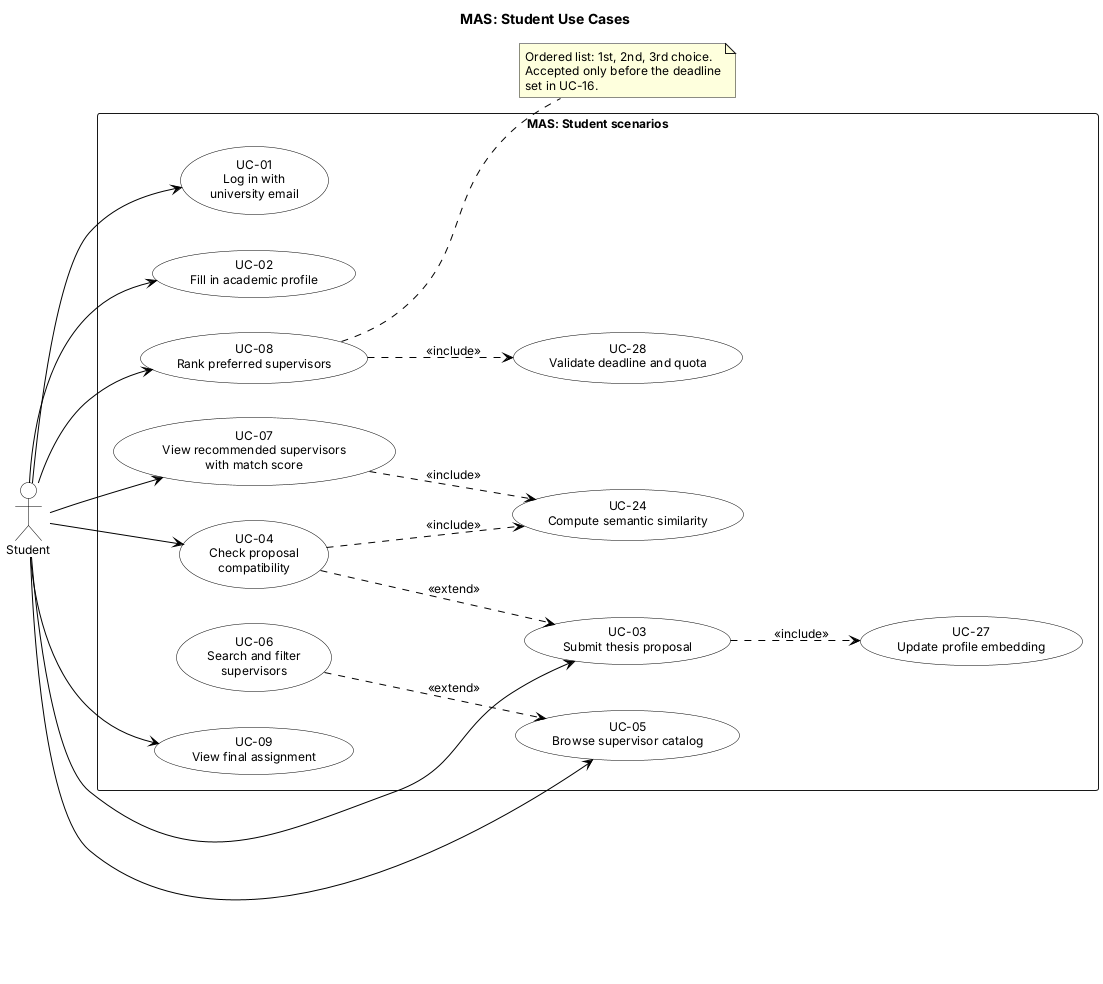
The PlantUML diagram diagrams/exports/use-case-student.png in Diasb4/Diploma, before a commit.
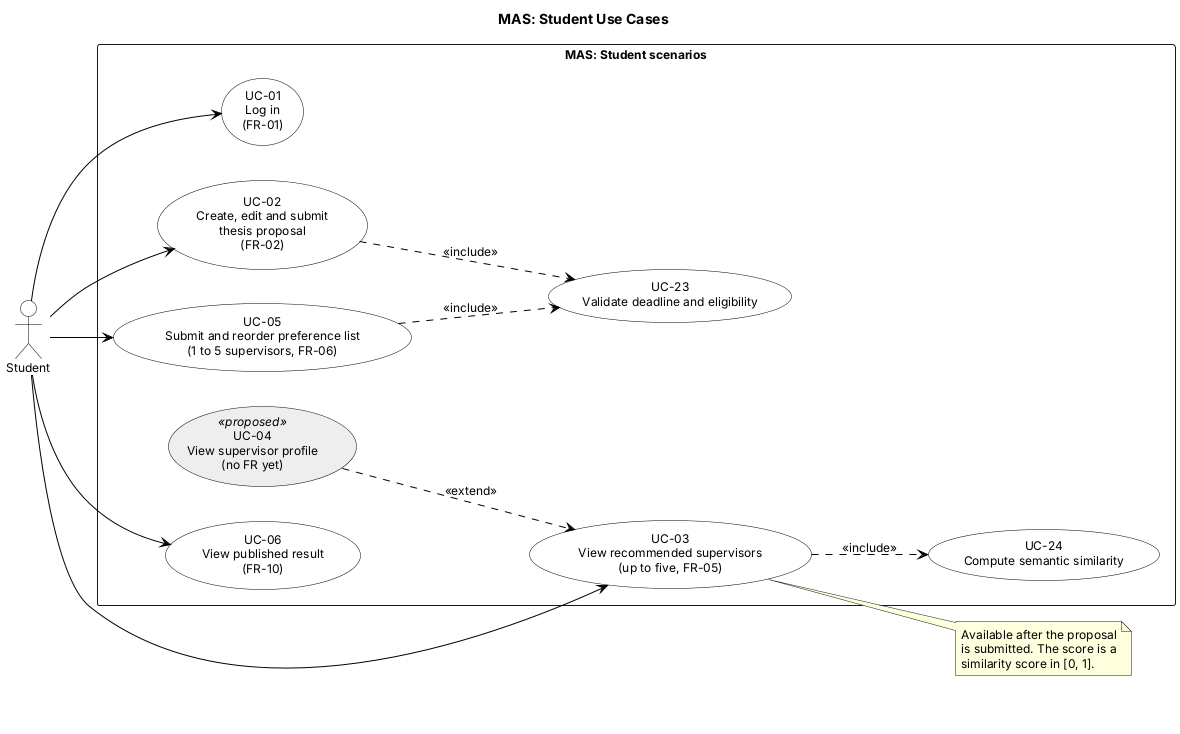
Later version of the same file.

Commit message:
MAS-13: Align use case diagrams with the requirements draft

What changed in the source:
```diff
@@ -9,6 +9,7 @@
 skinparam usecase {
   BackgroundColor White
   BorderColor Black
+  BackgroundColor<<proposed>> #EEEEEE
 }
 skinparam actor {
   BackgroundColor White
@@ -18,41 +19,32 @@
 actor "Student" as Student
 
 rectangle "MAS: Student scenarios" {
-  usecase "UC-01\nLog in with\nuniversity email" as UC01
-  usecase "UC-02\nFill in academic profile" as UC02
-  usecase "UC-03\nSubmit thesis proposal" as UC03
-  usecase "UC-04\nCheck proposal\ncompatibility" as UC04
-  usecase "UC-05\nBrowse supervisor catalog" as UC05
-  usecase "UC-06\nSearch and filter\nsupervisors" as UC06
-  usecase "UC-07\nView recommended supervisors\nwith match score" as UC07
-  usecase "UC-08\nRank preferred supervisors" as UC08
-  usecase "UC-09\nView final assignment" as UC09
+  usecase "UC-01\nLog in\n(FR-01)" as UC01
+  usecase "UC-02\nCreate, edit and submit\nthesis proposal\n(FR-02)" as UC02
+  usecase "UC-03\nView recommended supervisors\n(up to five, FR-05)" as UC03
+  usecase "UC-04\nView supervisor profile\n(no FR yet)" as UC04 <<proposed>>
+  usecase "UC-05\nSubmit and reorder preference list\n(1 to 5 supervisors, FR-06)" as UC05
+  usecase "UC-06\nView published result\n(FR-10)" as UC06
 
+  usecase "UC-23\nValidate deadline and eligibility" as UC23
   usecase "UC-24\nCompute semantic similarity" as UC24
-  usecase "UC-27\nUpdate profile embedding" as UC27
-  usecase "UC-28\nValidate deadline and quota" as UC28
 }
 
 Student --> UC01
 Student --> UC02
 Student --> UC03
-Student --> UC04
 Student --> UC05
-Student --> UC07
-Student --> UC08
-Student --> UC09
+Student --> UC06
 
-UC03 ..> UC27 : <<include>>
-UC04 ..> UC24 : <<include>>
-UC07 ..> UC24 : <<include>>
-UC08 ..> UC28 : <<include>>
+UC02 ..> UC23 : <<include>>
+UC05 ..> UC23 : <<include>>
+UC03 ..> UC24 : <<include>>
 
 UC04 ..> UC03 : <<extend>>
-UC06 ..> UC05 : <<extend>>
 
-note right of UC08
-  Ordered list: 1st, 2nd, 3rd choice.
-  Accepted only before the deadline
-  set in UC-16.
+note right of UC03
+  Available after the proposal
+  is submitted. The score is a
+  similarity score in [0, 1].
 end note
 @enduml
```
